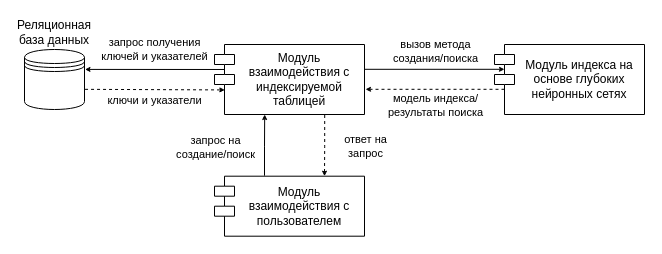
This is page "sw-struct" (5 of 5) of docs/main/img/idef0.drawio from MyMiDiII/bmstu-diploma-li, a draw.io file, before an edit. Source tidied: cells renumbered, new cells numbered last; positions are measured from the earlier drawing's top-left corner, leaving out a move shared by most shapes. Both pictures are drawn from the tidied source at 100%, with x=0, y=0 at pixel (24, 44).
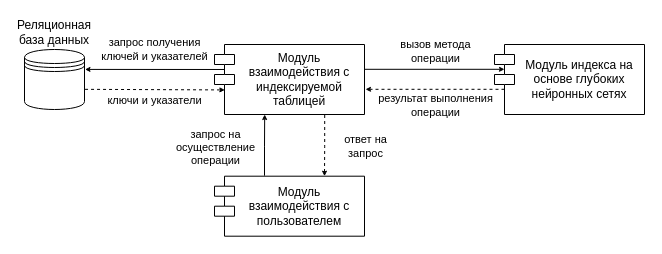
After the change.

The change refers to these unchanged cells:
```xml
<mxCell id="5" style="edgeStyle=orthogonalEdgeStyle;shape=connector;rounded=0;orthogonalLoop=1;jettySize=auto;html=1;exitX=0.632;exitY=-0.009;exitDx=0;exitDy=0;entryX=0.833;entryY=0.971;entryDx=0;entryDy=0;labelBackgroundColor=default;strokeColor=default;fontFamily=Helvetica;fontSize=11;fontColor=default;startArrow=none;startFill=0;endArrow=classic;startSize=3;endSize=3;entryPerimeter=0;exitPerimeter=0;" parent="1" edge="1">
  <mxGeometry relative="1" as="geometry">
    <mxPoint x="240" y="131.2" as="sourcePoint" />
    <mxPoint x="240.2" y="70" as="targetPoint" />
    <Array as="points">
      <mxPoint x="240.2" y="101.7" />
      <mxPoint x="240.2" y="101.7" />
    </Array>
  </mxGeometry>
</mxCell>
<mxCell id="14" style="shape=connector;rounded=0;orthogonalLoop=1;jettySize=auto;html=1;exitX=1.009;exitY=0.664;exitDx=0;exitDy=0;labelBackgroundColor=default;strokeColor=default;fontFamily=Helvetica;fontSize=11;fontColor=default;startArrow=none;startFill=0;endArrow=classic;startSize=3;endSize=3;entryX=0.069;entryY=0.649;entryDx=0;entryDy=0;entryPerimeter=0;exitPerimeter=0;dashed=1;" parent="1" edge="1">
  <mxGeometry relative="1" as="geometry">
    <mxPoint x="480" y="44.8" as="sourcePoint" />
    <mxPoint x="341" y="44.8" as="targetPoint" />
  </mxGeometry>
</mxCell>
<mxCell id="16" style="shape=connector;rounded=0;orthogonalLoop=1;jettySize=auto;html=1;exitX=0.066;exitY=0.357;exitDx=0;exitDy=0;exitPerimeter=0;entryX=1.008;entryY=0.332;entryDx=0;entryDy=0;entryPerimeter=0;labelBackgroundColor=default;strokeColor=default;fontFamily=Helvetica;fontSize=11;fontColor=default;startArrow=none;startFill=0;endArrow=classic;startSize=3;endSize=3;" parent="1" edge="1">
  <mxGeometry relative="1" as="geometry">
    <mxPoint x="340" y="24.8" as="sourcePoint" />
    <mxPoint x="480" y="24.8" as="targetPoint" />
  </mxGeometry>
</mxCell>
```

What changed in the source:
```diff
@@
-    <mxCell id="6" value="запрос на&lt;br&gt;создание/поиск" style="edgeLabel;html=1;align=center;verticalAlign=middle;fontSize=11;fontFamily=Helvetica;fontColor=default;labelBackgroundColor=none;" parent="5" vertex="1">
+    <mxCell id="6" value="запрос на&lt;br&gt;осуществление&lt;br&gt;операции" style="edgeLabel;html=1;align=center;verticalAlign=middle;fontSize=11;fontFamily=Helvetica;fontColor=default;labelBackgroundColor=none;" parent="5" vertex="1">
       <mxGeometry x="-0.35" y="1" relative="1" as="geometry">
         <mxPoint x="-49" y="-9" as="offset" />
       </mxGeometry>
     </mxCell>
@@
-    <mxCell id="15" value="модель индекса/&lt;br&gt;результаты поиска" style="edgeLabel;html=1;align=center;verticalAlign=middle;fontSize=11;fontFamily=Helvetica;fontColor=default;labelBackgroundColor=none;" parent="14" vertex="1">
+    <mxCell id="15" value="результат выполнения&lt;br&gt;операции" style="edgeLabel;html=1;align=center;verticalAlign=middle;fontSize=11;fontFamily=Helvetica;fontColor=default;labelBackgroundColor=none;" parent="14" vertex="1">
       <mxGeometry x="-0.18" relative="1" as="geometry">
         <mxPoint x="-13" y="16" as="offset" />
       </mxGeometry>
     </mxCell>
@@
-    <mxCell id="17" value="вызов метода&lt;br&gt;создания/поиска" style="edgeLabel;html=1;align=center;verticalAlign=middle;fontSize=11;fontFamily=Helvetica;fontColor=default;labelBackgroundColor=none;" parent="16" vertex="1">
+    <mxCell id="17" value="вызов метода&lt;br&gt;операции" style="edgeLabel;html=1;align=center;verticalAlign=middle;fontSize=11;fontFamily=Helvetica;fontColor=default;labelBackgroundColor=none;" parent="16" vertex="1">
       <mxGeometry x="0.32" y="-1" relative="1" as="geometry">
         <mxPoint x="-22" y="-19" as="offset" />
       </mxGeometry>
     </mxCell>
```
